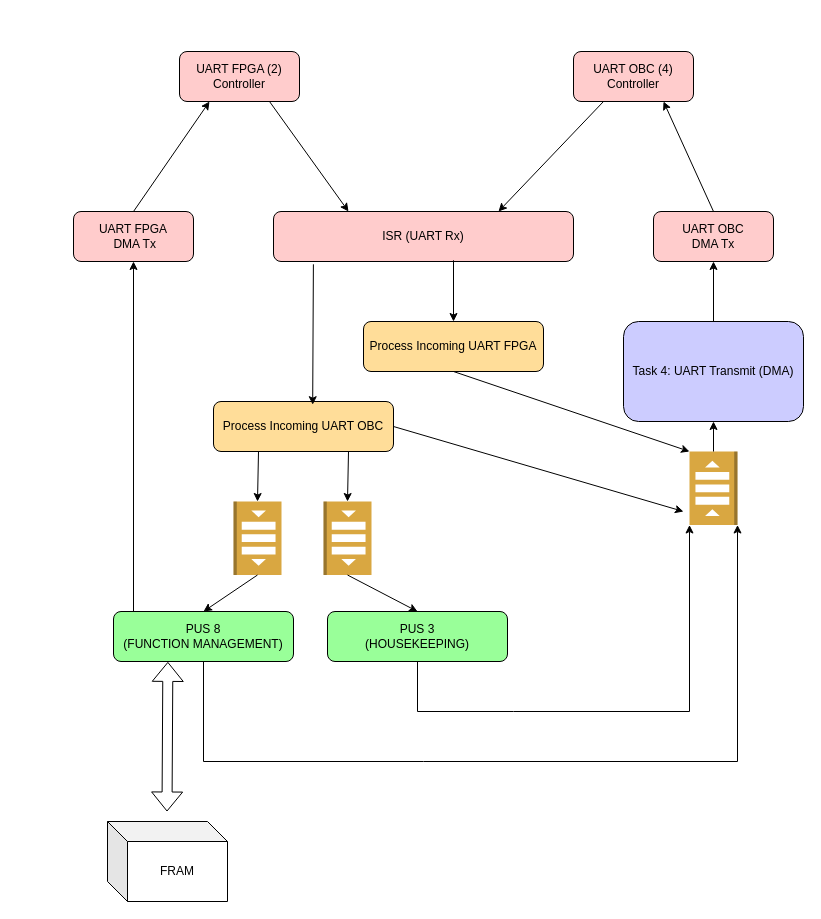
Before: Software_Architecture_DataHub.drawio in WhiskeySierraPapa/LP-Software-uC-SP-MThesis-2025, a draw.io diagram. Source tidied: cells renumbered, new cells numbered last; positions are measured from the earlier drawing's top-left corner, leaving out a move shared by most shapes. Both pictures are drawn from the tidied source at 100%, with x=0, y=0 at pixel (73, 51).
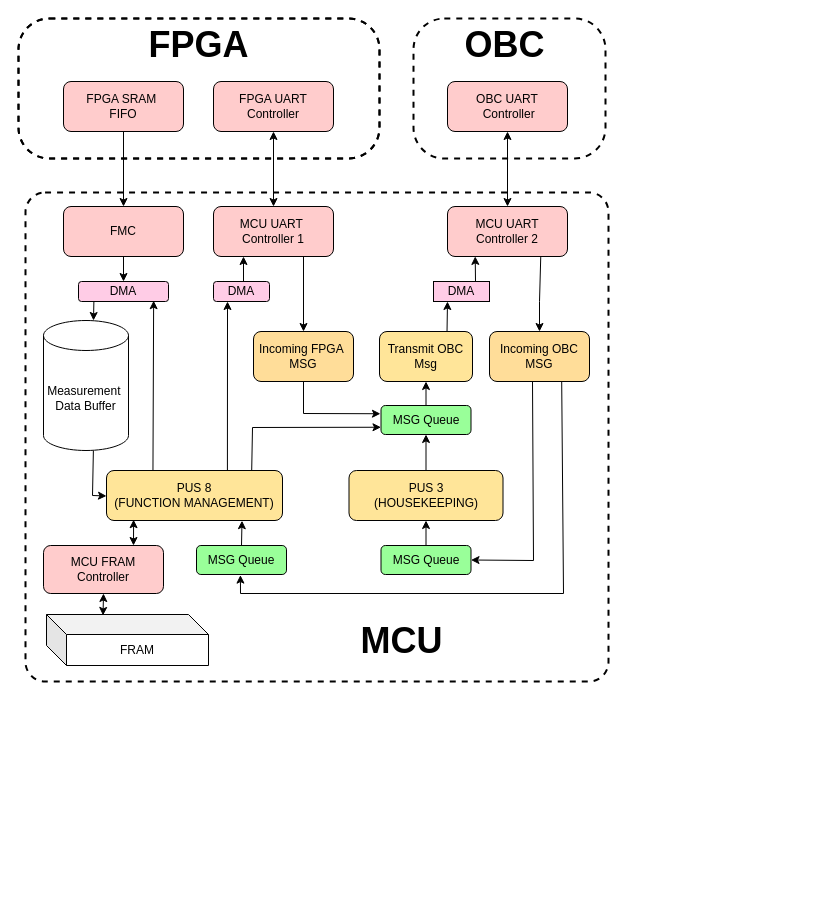
The same diagram, later.

Diff of the diagram source:
```diff
@@
-    <mxCell id="2" value="ISR (UART Rx)" style="rounded=1;whiteSpace=wrap;fillColor=#FFCCCC;" parent="1" vertex="1">
-      <mxGeometry x="200" y="160" width="300" height="50" as="geometry" />
-    </mxCell>
-    <mxCell id="3" value="Process Incoming UART OBC" style="rounded=1;whiteSpace=wrap;fillColor=#FFDD99;" parent="1" vertex="1">
-      <mxGeometry x="140" y="350" width="180" height="50" as="geometry" />
+    <mxCell id="3" value="Incoming OBC&#10;MSG" style="rounded=1;whiteSpace=wrap;fillColor=#FFDD99;" parent="1" vertex="1">
+      <mxGeometry x="416" y="280" width="100" height="50" as="geometry" />
     </mxCell>
-    <mxCell id="4" value="PUS 8&#10;(FUNCTION MANAGEMENT)" style="rounded=1;whiteSpace=wrap;fillColor=#99FF99;" parent="1" vertex="1">
-      <mxGeometry x="40" y="560" width="180" height="50" as="geometry" />
+    <mxCell id="4" value="PUS 8&#10;(FUNCTION MANAGEMENT)" style="rounded=1;whiteSpace=wrap;fillColor=#FFE599;" parent="1" vertex="1">
+      <mxGeometry x="33" y="419" width="176" height="50" as="geometry" />
     </mxCell>
-    <mxCell id="5" value="PUS 3&#10;(HOUSEKEEPING)" style="rounded=1;whiteSpace=wrap;fillColor=#99FF99;" parent="1" vertex="1">
-      <mxGeometry x="254" y="560" width="180" height="50" as="geometry" />
+    <mxCell id="5" value="PUS 3&#10;(HOUSEKEEPING)" style="rounded=1;whiteSpace=wrap;fillColor=#FFE599;" parent="1" vertex="1">
+      <mxGeometry x="275.5" y="419" width="154" height="50" as="geometry" />
     </mxCell>
-    <mxCell id="6" value="Task 4: UART Transmit (DMA)" style="rounded=1;whiteSpace=wrap;fillColor=#CCCCFF;" parent="1" vertex="1">
-      <mxGeometry x="550" y="270" width="180" height="100" as="geometry" />
+    <mxCell id="6" value="Transmit OBC&#10;Msg" style="rounded=1;whiteSpace=wrap;fillColor=#FFE599;" parent="1" vertex="1">
+      <mxGeometry x="306" y="280" width="93" height="50" as="geometry" />
     </mxCell>
-    <mxCell id="7" value="UART OBC (4) Controller" style="rounded=1;whiteSpace=wrap;fillColor=#FFCCCC;" parent="1" vertex="1">
-      <mxGeometry x="500" width="120" height="50" as="geometry" />
+    <mxCell id="7" value="OBC UART&#10; Controller" style="rounded=1;whiteSpace=wrap;fillColor=#FFCCCC;" parent="1" vertex="1">
+      <mxGeometry x="374" y="30" width="120" height="50" as="geometry" />
     </mxCell>
-    <mxCell id="8" value="UART FPGA (2) Controller" style="rounded=1;whiteSpace=wrap;fillColor=#FFCCCC;" parent="1" vertex="1">
-      <mxGeometry x="106" width="120" height="50" as="geometry" />
+    <mxCell id="8" value="FPGA UART Controller" style="rounded=1;whiteSpace=wrap;fillColor=#FFCCCC;" parent="1" vertex="1">
+      <mxGeometry x="140" y="30" width="120" height="50" as="geometry" />
     </mxCell>
-    <mxCell id="9" value="UART OBC&#10;DMA Tx" style="rounded=1;whiteSpace=wrap;fillColor=#FFCCCC;" parent="1" vertex="1">
-      <mxGeometry x="580" y="160" width="120" height="50" as="geometry" />
+    <mxCell id="9" value="MCU UART&#10;Controller 2" style="rounded=1;whiteSpace=wrap;fillColor=#FFCCCC;" parent="1" vertex="1">
+      <mxGeometry x="374" y="155" width="120" height="50" as="geometry" />
     </mxCell>
-    <mxCell id="10" style="endArrow=classic;html=1;rounded=0;exitX=0.25;exitY=1;exitDx=0;exitDy=0;entryX=0.75;entryY=0;entryDx=0;entryDy=0;" parent="1" edge="1" source="7" target="2">
-      <mxGeometry relative="1" as="geometry" />
-    </mxCell>
+    <mxCell id="18" style="endArrow=classic;html=1;rounded=0;entryX=1;entryY=0.5;entryDx=0;entryDy=0;exitX=0.43;exitY=1.001;exitDx=0;exitDy=0;exitPerimeter=0;" parent="1" edge="1" source="3" target="53">
+      <mxGeometry relative="1" as="geometry">
+        <Array as="points">
+          <mxPoint x="460" y="509" />
+        </Array>
+      </mxGeometry>
+    </mxCell>
+    <mxCell id="25" style="endArrow=classic;html=1;rounded=0;entryX=0.25;entryY=1;entryDx=0;entryDy=0;exitX=0.687;exitY=-0.001;exitDx=0;exitDy=0;exitPerimeter=0;" parent="1" edge="1" source="4" target="38">
+      <mxGeometry relative="1" as="geometry" />
+    </mxCell>
+    <mxCell id="24" value="MCU UART &#10;Controller 1" style="rounded=1;whiteSpace=wrap;fillColor=#FFCCCC;" parent="1" vertex="1">
+      <mxGeometry x="140" y="155" width="120" height="50" as="geometry" />
+    </mxCell>
+    <mxCell id="28" value="FRAM" style="shape=cube;whiteSpace=wrap;html=1;boundedLbl=1;backgroundOutline=1;darkOpacity=0.05;darkOpacity2=0.1;" parent="1" vertex="1">
+      <mxGeometry x="-27" y="563" width="162" height="51" as="geometry" />
+    </mxCell>
+    <mxCell id="30" value="Incoming FPGA &#10;MSG" style="rounded=1;whiteSpace=wrap;fillColor=#FFDD99;" parent="1" vertex="1">
+      <mxGeometry x="180" y="280" width="100" height="50" as="geometry" />
+    </mxCell>
+    <mxCell id="34" value="FMC" style="rounded=1;whiteSpace=wrap;fillColor=#FFCCCC;" parent="1" vertex="1">
+      <mxGeometry x="-10" y="155" width="120" height="50" as="geometry" />
+    </mxCell>
+    <mxCell id="35" value="FPGA SRAM &#10;FIFO" style="rounded=1;whiteSpace=wrap;fillColor=#FFCCCC;" parent="1" vertex="1">
+      <mxGeometry x="-10" y="30" width="120" height="50" as="geometry" />
+    </mxCell>
+    <mxCell id="36" style="endArrow=classic;html=1;rounded=0;exitX=0.5;exitY=1;exitDx=0;exitDy=0;entryX=0.5;entryY=0;entryDx=0;entryDy=0;" parent="1" edge="1" source="35" target="34">
+      <mxGeometry relative="1" as="geometry" />
+    </mxCell>
+    <mxCell id="37" value="Measurement&amp;nbsp;&lt;div&gt;Data Buffer&lt;/div&gt;" style="shape=cylinder3;whiteSpace=wrap;html=1;boundedLbl=1;backgroundOutline=1;size=15;" parent="1" vertex="1">
+      <mxGeometry x="-30" y="269" width="85" height="130" as="geometry" />
+    </mxCell>
+    <mxCell id="38" value="DMA" style="rounded=1;whiteSpace=wrap;html=1;fillColor=light-dark(#FFCCE6,var(--ge-dark-color, #121212));" parent="1" vertex="1">
+      <mxGeometry x="140" y="230" width="56" height="20" as="geometry" />
+    </mxCell>
+    <mxCell id="39" value="DMA" style="rounded=1;whiteSpace=wrap;html=1;fillColor=light-dark(#FFCCE6,var(--ge-dark-color, #121212));" parent="1" vertex="1">
+      <mxGeometry x="5" y="230" width="90" height="20" as="geometry" />
+    </mxCell>
+    <mxCell id="40" style="endArrow=classic;html=1;rounded=0;exitX=0.264;exitY=-0.001;exitDx=0;exitDy=0;entryX=0.835;entryY=0.961;entryDx=0;entryDy=0;entryPerimeter=0;exitPerimeter=0;" parent="1" edge="1" source="4" target="39">
+      <mxGeometry relative="1" as="geometry" />
+    </mxCell>
+    <mxCell id="41" style="endArrow=classic;html=1;rounded=0;exitX=0.171;exitY=1.003;exitDx=0;exitDy=0;exitPerimeter=0;" parent="1" edge="1" source="39">
+      <mxGeometry relative="1" as="geometry">
+        <mxPoint x="20" y="269" as="targetPoint" />
+      </mxGeometry>
+    </mxCell>
+    <mxCell id="42" style="endArrow=classic;html=1;rounded=0;exitX=0.587;exitY=1.002;exitDx=0;exitDy=0;exitPerimeter=0;entryX=0;entryY=0.509;entryDx=0;entryDy=0;entryPerimeter=0;" parent="1" edge="1" source="37" target="4">
+      <mxGeometry relative="1" as="geometry">
+        <Array as="points">
+          <mxPoint x="19" y="444" />
+        </Array>
+      </mxGeometry>
+    </mxCell>
+    <mxCell id="26" style="endArrow=classic;startArrow=classic;html=1;rounded=0;entryX=0.5;entryY=1;entryDx=0;entryDy=0;exitX=0.5;exitY=0;exitDx=0;exitDy=0;" parent="1" edge="1" source="24" target="8">
+      <mxGeometry relative="1" as="geometry" />
+    </mxCell>
+    <mxCell id="43" style="endArrow=classic;html=1;rounded=0;exitX=0.5;exitY=1;exitDx=0;exitDy=0;entryX=0.5;entryY=0;entryDx=0;entryDy=0;" parent="1" edge="1" source="34" target="39">
+      <mxGeometry relative="1" as="geometry" />
+    </mxCell>
+    <mxCell id="44" style="endArrow=classic;html=1;rounded=0;entryX=0.25;entryY=1;entryDx=0;entryDy=0;" parent="1" edge="1" target="24">
+      <mxGeometry relative="1" as="geometry">
+        <mxPoint x="170" y="230" as="sourcePoint" />
+      </mxGeometry>
+    </mxCell>
-    <mxCell id="11" style="endArrow=classic;html=1;rounded=0;exitX=0.5;exitY=0;exitDx=0;exitDy=0;entryX=0.75;entryY=1;entryDx=0;entryDy=0;" parent="1" edge="1" source="9" target="7">
+    <mxCell id="11" style="endArrow=classic;startArrow=classic;html=1;rounded=0;entryX=0.5;entryY=1;entryDx=0;entryDy=0;exitX=0.5;exitY=0;exitDx=0;exitDy=0;" parent="1" edge="1" source="9" target="7">
       <mxGeometry relative="1" as="geometry" />
     </mxCell>
-    <mxCell id="12" style="outlineConnect=0;dashed=0;verticalLabelPosition=bottom;verticalAlign=top;align=center;html=1;shape=mxgraph.aws3.queue;fillColor=#D9A741;gradientColor=none;direction=north;" parent="1" vertex="1">
-      <mxGeometry x="616" y="400" width="48" height="73.5" as="geometry" />
-    </mxCell>
-    <mxCell id="13" style="endArrow=classic;html=1;rounded=0;exitX=1;exitY=0.5;exitDx=0;exitDy=0;exitPerimeter=0;entryX=0.5;entryY=1;entryDx=0;entryDy=0;" parent="1" edge="1" source="12" target="6">
-      <mxGeometry relative="1" as="geometry" />
-    </mxCell>
-    <mxCell id="14" style="endArrow=classic;html=1;rounded=0;entryX=0.5;entryY=1;entryDx=0;entryDy=0;" parent="1" edge="1" source="6" target="9">
-      <mxGeometry relative="1" as="geometry" />
-    </mxCell>
-    <mxCell id="15" style="outlineConnect=0;dashed=0;verticalLabelPosition=bottom;verticalAlign=top;align=center;html=1;shape=mxgraph.aws3.queue;fillColor=#D9A741;gradientColor=none;direction=south;" parent="1" vertex="1">
-      <mxGeometry x="160" y="450" width="48" height="73.5" as="geometry" />
-    </mxCell>
-    <mxCell id="16" style="outlineConnect=0;dashed=0;verticalLabelPosition=bottom;verticalAlign=top;align=center;html=1;shape=mxgraph.aws3.queue;fillColor=#D9A741;gradientColor=none;direction=south;" parent="1" vertex="1">
-      <mxGeometry x="250" y="450" width="48" height="73.5" as="geometry" />
-    </mxCell>
-    <mxCell id="17" style="endArrow=classic;html=1;rounded=0;entryX=0;entryY=0.5;entryDx=0;entryDy=0;exitX=0.25;exitY=1;exitDx=0;exitDy=0;entryPerimeter=0;" parent="1" edge="1" source="3" target="15">
-      <mxGeometry relative="1" as="geometry" />
-    </mxCell>
-    <mxCell id="18" style="endArrow=classic;html=1;rounded=0;entryX=0;entryY=0.5;entryDx=0;entryDy=0;exitX=0.75;exitY=1;exitDx=0;exitDy=0;entryPerimeter=0;" parent="1" edge="1" source="3" target="16">
-      <mxGeometry relative="1" as="geometry" />
-    </mxCell>
-    <mxCell id="19" style="endArrow=classic;html=1;rounded=0;exitX=1;exitY=0.5;exitDx=0;exitDy=0;exitPerimeter=0;entryX=0.5;entryY=0;entryDx=0;entryDy=0;" parent="1" edge="1" source="15" target="4">
-      <mxGeometry relative="1" as="geometry" />
-    </mxCell>
-    <mxCell id="20" style="endArrow=classic;html=1;rounded=0;exitX=1;exitY=0.5;exitDx=0;exitDy=0;exitPerimeter=0;entryX=0.5;entryY=0;entryDx=0;entryDy=0;" parent="1" edge="1" source="16" target="5">
-      <mxGeometry relative="1" as="geometry" />
-    </mxCell>
-    <mxCell id="21" style="endArrow=classic;html=1;rounded=0;exitX=0.5;exitY=1;exitDx=0;exitDy=0;entryX=0;entryY=0;entryDx=0;entryDy=0;entryPerimeter=0;" parent="1" edge="1" source="5" target="12">
-      <mxGeometry relative="1" as="geometry">
-        <Array as="points">
-          <mxPoint x="344" y="660" />
-          <mxPoint x="440" y="660" />
-          <mxPoint x="616" y="660" />
-        </Array>
-      </mxGeometry>
-    </mxCell>
-    <mxCell id="22" style="endArrow=classic;html=1;rounded=0;exitX=0.5;exitY=1;exitDx=0;exitDy=0;entryX=0;entryY=1;entryDx=0;entryDy=0;entryPerimeter=0;" parent="1" edge="1" source="4" target="12">
-      <mxGeometry relative="1" as="geometry">
-        <Array as="points">
-          <mxPoint x="130" y="710" />
-          <mxPoint x="350" y="710" />
-          <mxPoint x="664" y="710" />
-        </Array>
-      </mxGeometry>
-    </mxCell>
-    <mxCell id="23" style="endArrow=classic;html=1;rounded=0;entryX=0.551;entryY=0.064;entryDx=0;entryDy=0;entryPerimeter=0;exitX=0.133;exitY=1.056;exitDx=0;exitDy=0;exitPerimeter=0;" parent="1" edge="1" source="2" target="3">
-      <mxGeometry relative="1" as="geometry" />
-    </mxCell>
-    <mxCell id="24" value="UART FPGA&#10; DMA Tx" style="rounded=1;whiteSpace=wrap;fillColor=#FFCCCC;" parent="1" vertex="1">
-      <mxGeometry y="160" width="120" height="50" as="geometry" />
-    </mxCell>
-    <mxCell id="25" style="endArrow=classic;html=1;rounded=0;entryX=0.5;entryY=1;entryDx=0;entryDy=0;" parent="1" edge="1" target="24">
-      <mxGeometry relative="1" as="geometry">
-        <mxPoint x="60" y="560" as="sourcePoint" />
-      </mxGeometry>
-    </mxCell>
-    <mxCell id="26" style="endArrow=classic;html=1;rounded=0;entryX=0.25;entryY=1;entryDx=0;entryDy=0;exitX=0.5;exitY=0;exitDx=0;exitDy=0;" parent="1" edge="1" source="24" target="8">
-      <mxGeometry relative="1" as="geometry" />
-    </mxCell>
-    <mxCell id="27" style="endArrow=classic;html=1;rounded=0;entryX=0.25;entryY=0;entryDx=0;entryDy=0;exitX=0.75;exitY=1;exitDx=0;exitDy=0;" parent="1" edge="1" source="8" target="2">
-      <mxGeometry relative="1" as="geometry" />
-    </mxCell>
-    <mxCell id="28" value="FRAM" style="shape=cube;whiteSpace=wrap;html=1;boundedLbl=1;backgroundOutline=1;darkOpacity=0.05;darkOpacity2=0.1;" parent="1" vertex="1">
-      <mxGeometry x="34" y="770" width="120" height="80" as="geometry" />
-    </mxCell>
-    <mxCell id="29" style="shape=flexArrow;endArrow=classic;startArrow=classic;html=1;rounded=0;entryX=0.302;entryY=1.008;entryDx=0;entryDy=0;entryPerimeter=0;" parent="1" edge="1" target="4">
-      <mxGeometry relative="1" as="geometry">
-        <mxPoint x="93.5" y="760" as="sourcePoint" />
-      </mxGeometry>
-    </mxCell>
-    <mxCell id="30" value="Process Incoming UART FPGA" style="rounded=1;whiteSpace=wrap;fillColor=#FFDD99;" parent="1" vertex="1">
-      <mxGeometry x="290" y="270" width="180" height="50" as="geometry" />
-    </mxCell>
-    <mxCell id="31" style="endArrow=classic;html=1;rounded=0;entryX=0.5;entryY=0;entryDx=0;entryDy=0;exitX=0.6;exitY=0.976;exitDx=0;exitDy=0;exitPerimeter=0;" parent="1" edge="1" source="2" target="30">
-      <mxGeometry relative="1" as="geometry" />
-    </mxCell>
-    <mxCell id="32" style="endArrow=classic;html=1;rounded=0;exitX=1;exitY=0.5;exitDx=0;exitDy=0;" parent="1" edge="1" source="3">
-      <mxGeometry relative="1" as="geometry">
-        <mxPoint x="610" y="460" as="targetPoint" />
-      </mxGeometry>
-    </mxCell>
-    <mxCell id="33" style="endArrow=classic;html=1;rounded=0;exitX=0.5;exitY=1;exitDx=0;exitDy=0;entryX=1;entryY=0;entryDx=0;entryDy=0;entryPerimeter=0;" parent="1" edge="1" source="30" target="12">
-      <mxGeometry relative="1" as="geometry" />
-    </mxCell>
+    <mxCell id="45" style="endArrow=classic;html=1;rounded=0;exitX=0.75;exitY=1;exitDx=0;exitDy=0;" parent="1" edge="1" source="24">
+      <mxGeometry relative="1" as="geometry">
+        <mxPoint x="230" y="280" as="targetPoint" />
+      </mxGeometry>
+    </mxCell>
+    <mxCell id="46" value="DMA" style="rounded=1;whiteSpace=wrap;html=1;fillColor=light-dark(#FFCCE6,var(--ge-dark-color, #121212));arcSize=0;" parent="1" vertex="1">
+      <mxGeometry x="360" y="230" width="56" height="20" as="geometry" />
+    </mxCell>
+    <mxCell id="47" style="endArrow=classic;html=1;rounded=0;exitX=0.726;exitY=0.005;exitDx=0;exitDy=0;entryX=0.25;entryY=1;entryDx=0;entryDy=0;exitPerimeter=0;" parent="1" edge="1" source="6" target="46">
+      <mxGeometry relative="1" as="geometry" />
+    </mxCell>
+    <mxCell id="48" style="endArrow=classic;html=1;rounded=0;exitX=0.75;exitY=0;exitDx=0;exitDy=0;entryX=0.231;entryY=0.998;entryDx=0;entryDy=0;entryPerimeter=0;" parent="1" edge="1" source="46" target="9">
+      <mxGeometry relative="1" as="geometry" />
+    </mxCell>
+    <mxCell id="49" style="endArrow=classic;html=1;rounded=0;exitX=0.777;exitY=1.011;exitDx=0;exitDy=0;exitPerimeter=0;entryX=0.5;entryY=0;entryDx=0;entryDy=0;" parent="1" edge="1" source="9" target="3">
+      <mxGeometry relative="1" as="geometry">
+        <Array as="points">
+          <mxPoint x="466" y="250" />
+        </Array>
+      </mxGeometry>
+    </mxCell>
+    <mxCell id="50" value="MSG Queue" style="rounded=1;whiteSpace=wrap;html=1;fillColor=light-dark(#99FF99,var(--ge-dark-color, #121212));" parent="1" vertex="1">
+      <mxGeometry x="307.5" y="354" width="90" height="29" as="geometry" />
+    </mxCell>
+    <mxCell id="51" style="endArrow=classic;html=1;rounded=0;exitX=0.5;exitY=1;exitDx=0;exitDy=0;entryX=-0.006;entryY=0.284;entryDx=0;entryDy=0;entryPerimeter=0;" parent="1" edge="1" source="30" target="50">
+      <mxGeometry relative="1" as="geometry">
+        <Array as="points">
+          <mxPoint x="230" y="362" />
+        </Array>
+      </mxGeometry>
+    </mxCell>
+    <mxCell id="52" style="endArrow=classic;html=1;rounded=0;exitX=0.825;exitY=0.002;exitDx=0;exitDy=0;exitPerimeter=0;entryX=0;entryY=0.75;entryDx=0;entryDy=0;" parent="1" edge="1" source="4" target="50">
+      <mxGeometry relative="1" as="geometry">
+        <Array as="points">
+          <mxPoint x="179" y="376" />
+        </Array>
+      </mxGeometry>
+    </mxCell>
+    <mxCell id="53" value="MSG Queue" style="rounded=1;whiteSpace=wrap;html=1;fillColor=light-dark(#99FF99,var(--ge-dark-color, #121212));" parent="1" vertex="1">
+      <mxGeometry x="307.5" y="494" width="90" height="29" as="geometry" />
+    </mxCell>
+    <mxCell id="54" value="MSG Queue" style="rounded=1;whiteSpace=wrap;html=1;fillColor=light-dark(#99FF99,var(--ge-dark-color, #121212));" parent="1" vertex="1">
+      <mxGeometry x="123" y="494" width="90" height="29" as="geometry" />
+    </mxCell>
+    <mxCell id="55" style="endArrow=classic;html=1;rounded=0;exitX=0.5;exitY=0;exitDx=0;exitDy=0;entryX=0.5;entryY=1;entryDx=0;entryDy=0;" parent="1" edge="1" source="53" target="5">
+      <mxGeometry relative="1" as="geometry" />
+    </mxCell>
+    <mxCell id="56" style="endArrow=classic;html=1;rounded=0;entryX=0.488;entryY=1.021;entryDx=0;entryDy=0;exitX=0.722;exitY=0.996;exitDx=0;exitDy=0;entryPerimeter=0;exitPerimeter=0;" parent="1" edge="1" source="3" target="54">
+      <mxGeometry relative="1" as="geometry">
+        <Array as="points">
+          <mxPoint x="490" y="542" />
+          <mxPoint x="167" y="542" />
+        </Array>
+      </mxGeometry>
+    </mxCell>
+    <mxCell id="57" style="endArrow=classic;html=1;rounded=0;exitX=0.5;exitY=0;exitDx=0;exitDy=0;entryX=0.77;entryY=1.004;entryDx=0;entryDy=0;entryPerimeter=0;" parent="1" edge="1" source="54" target="4">
+      <mxGeometry relative="1" as="geometry" />
+    </mxCell>
+    <mxCell id="58" style="endArrow=classic;html=1;rounded=0;entryX=0.5;entryY=1;entryDx=0;entryDy=0;exitX=0.5;exitY=0;exitDx=0;exitDy=0;" parent="1" edge="1" source="5" target="50">
+      <mxGeometry relative="1" as="geometry" />
+    </mxCell>
+    <mxCell id="59" style="endArrow=classic;html=1;rounded=0;exitX=0.5;exitY=0;exitDx=0;exitDy=0;entryX=0.5;entryY=1;entryDx=0;entryDy=0;" parent="1" edge="1" source="50" target="6">
+      <mxGeometry relative="1" as="geometry" />
+    </mxCell>
+    <mxCell id="60" style="rounded=1;whiteSpace=wrap;html=1;arcSize=22;strokeColor=#000000;dashed=1;strokeWidth=2;fillColor=#FFFFFF;fillOpacity=0.3;" parent="1" vertex="1">
+      <mxGeometry x="-55" y="-33" width="361" height="140" as="geometry" />
+    </mxCell>
+    <mxCell id="61" value="&lt;h1&gt;&lt;br&gt;&lt;/h1&gt;" style="rounded=1;whiteSpace=wrap;html=1;arcSize=22;strokeColor=#000000;dashed=1;strokeWidth=2;fillColor=#FFFFFF;fillOpacity=0.3;align=center;" parent="1" vertex="1">
+      <mxGeometry x="-55" y="-33" width="361" height="140" as="geometry" />
+    </mxCell>
+    <mxCell id="62" style="rounded=1;whiteSpace=wrap;html=1;arcSize=4;strokeColor=#000000;dashed=1;strokeWidth=2;fillColor=#FFFFFF;fillOpacity=0.3;" parent="1" vertex="1">
+      <mxGeometry x="-48" y="141" width="583" height="489" as="geometry" />
+    </mxCell>
+    <mxCell id="63" style="rounded=1;whiteSpace=wrap;html=1;arcSize=22;strokeColor=#000000;dashed=1;strokeWidth=2;fillColor=#FFFFFF;fillOpacity=0.3;" parent="1" vertex="1">
+      <mxGeometry x="340" y="-33" width="192" height="140" as="geometry" />
+    </mxCell>
+    <mxCell id="64" value="&lt;font style=&quot;font-size: 36px;&quot;&gt;&lt;b style=&quot;&quot;&gt;FPGA&lt;/b&gt;&lt;/font&gt;" style="text;html=1;align=center;verticalAlign=middle;whiteSpace=wrap;rounded=0;" parent="1" vertex="1">
+      <mxGeometry x="54.2" y="-28" width="142.5" height="41" as="geometry" />
+    </mxCell>
+    <mxCell id="65" value="&lt;font style=&quot;font-size: 36px;&quot;&gt;&lt;b style=&quot;&quot;&gt;OBC&lt;/b&gt;&lt;/font&gt;" style="text;html=1;align=center;verticalAlign=middle;whiteSpace=wrap;rounded=0;" parent="1" vertex="1">
+      <mxGeometry x="360" y="-28" width="142.5" height="41" as="geometry" />
+    </mxCell>
+    <mxCell id="66" value="MCU FRAM&#10;Controller" style="rounded=1;whiteSpace=wrap;fillColor=#FFCCCC;" parent="1" vertex="1">
+      <mxGeometry x="-30" y="494" width="120" height="48" as="geometry" />
+    </mxCell>
+    <mxCell id="67" style="endArrow=classic;startArrow=classic;html=1;rounded=0;exitX=0.75;exitY=0;exitDx=0;exitDy=0;entryX=0.154;entryY=0.984;entryDx=0;entryDy=0;entryPerimeter=0;" parent="1" edge="1" source="66" target="4">
+      <mxGeometry relative="1" as="geometry" />
+    </mxCell>
+    <mxCell id="68" style="endArrow=classic;startArrow=classic;html=1;rounded=0;entryX=0.5;entryY=1;entryDx=0;entryDy=0;exitX=0.349;exitY=0.018;exitDx=0;exitDy=0;exitPerimeter=0;" parent="1" edge="1" source="28" target="66">
+      <mxGeometry relative="1" as="geometry" />
+    </mxCell>
+    <mxCell id="69" value="&lt;font style=&quot;font-size: 36px;&quot;&gt;&lt;b style=&quot;&quot;&gt;MCU&lt;/b&gt;&lt;/font&gt;" style="text;html=1;align=center;verticalAlign=middle;whiteSpace=wrap;rounded=0;" parent="1" vertex="1">
+      <mxGeometry x="256.5" y="568" width="142.5" height="41" as="geometry" />
+    </mxCell>
```
